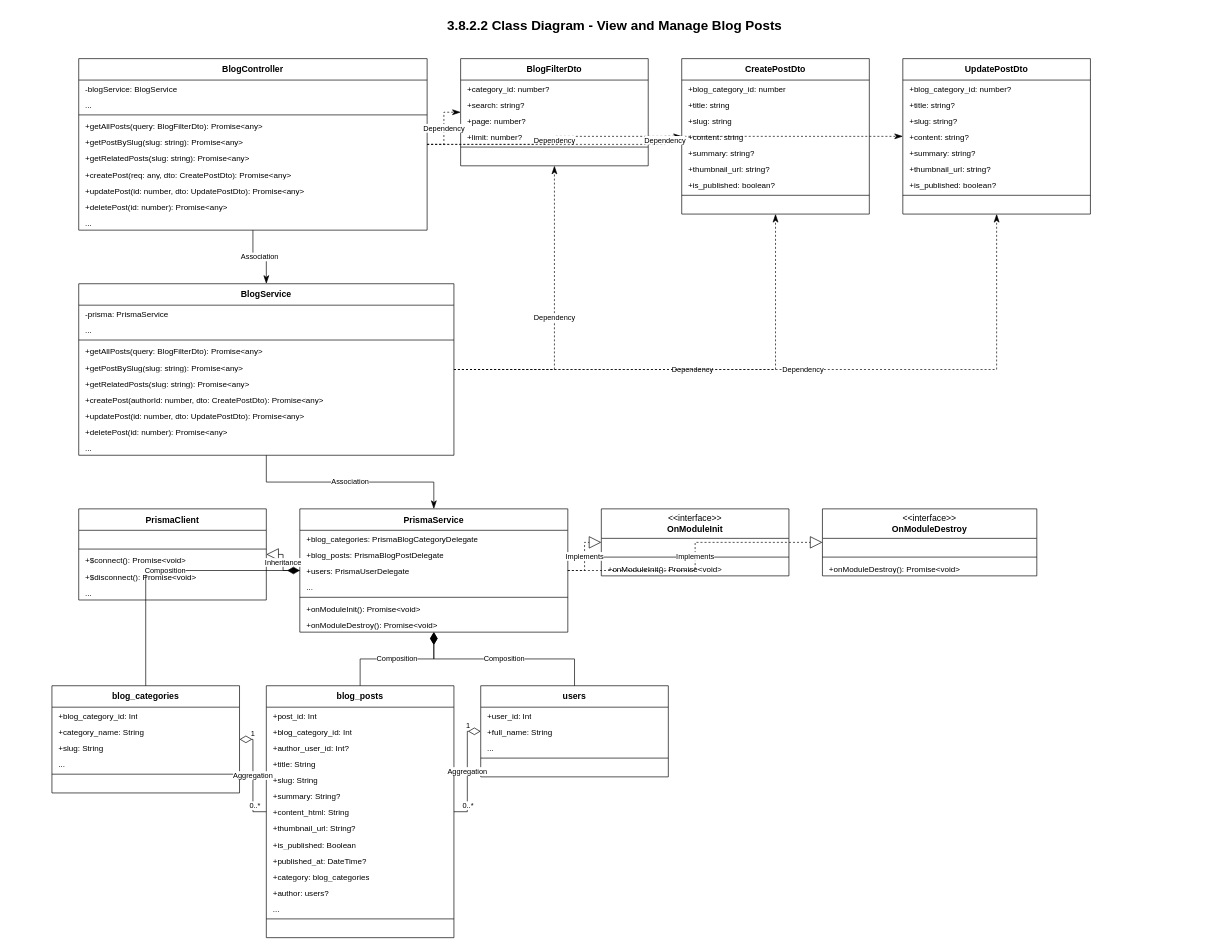
This is page "View & Manage Blog Posts" (3 of 5) of blog_all_class_diagrams.drawio from CuongBC195/class-diagram-donation-blood, a draw.io file, before an edit. Source tidied: cells renumbered, new cells numbered last; positions are measured from the earlier drawing's top-left corner, leaving out a move shared by most shapes. Both pictures are drawn from the tidied source at 67%, with x=0, y=0 at pixel (11, 11).
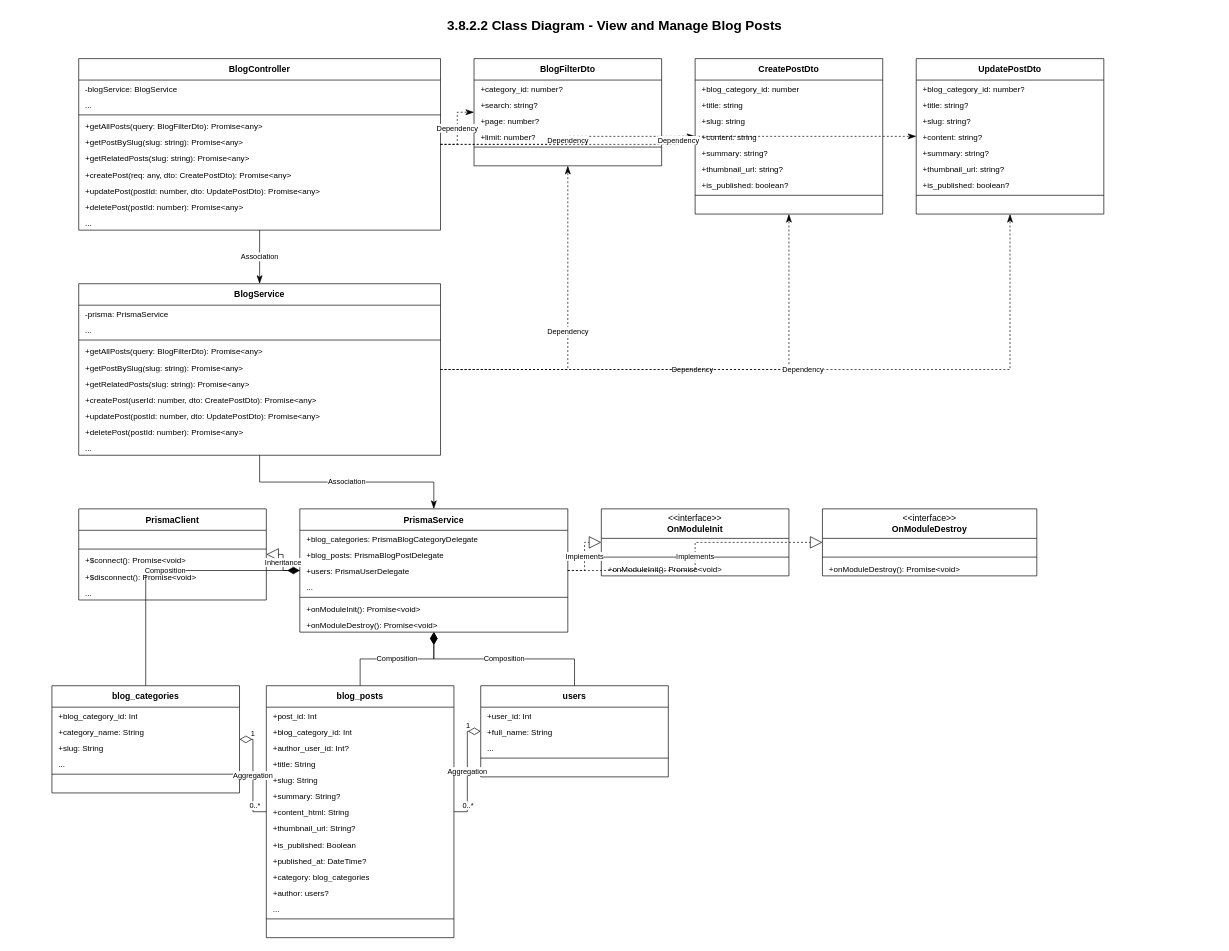
The same page after the edit.

What changed in the source:
```diff
@@
     <mxCell id="3" value="&lt;b&gt;BlogController&lt;/b&gt;" style="swimlane;fontStyle=0;horizontal=1;startSize=32;whiteSpace=wrap;html=1;fillColor=#ffffff;strokeColor=#000000;swimlaneFillColor=#ffffff;fontColor=#000000;fontFamily=Arial;fontSize=13;" parent="1" vertex="1">
-      <mxGeometry x="100" y="70" width="520" height="256" as="geometry" />
+      <mxGeometry x="100" y="70" width="540" height="256" as="geometry" />
     </mxCell>
     <mxCell id="4" value="-blogService: BlogService" style="text;strokeColor=none;fillColor=none;align=left;verticalAlign=top;spacingLeft=8;spacingRight=8;overflow=hidden;whiteSpace=wrap;html=1;fontFamily=Arial;fontSize=12;fontColor=#000000;" parent="3" vertex="1">
-      <mxGeometry y="32" width="520" height="24" as="geometry" />
+      <mxGeometry y="32" width="540" height="24" as="geometry" />
     </mxCell>
     <mxCell id="5" value="..." style="text;strokeColor=none;fillColor=none;align=left;verticalAlign=top;spacingLeft=8;spacingRight=8;overflow=hidden;whiteSpace=wrap;html=1;fontFamily=Arial;fontSize=12;fontColor=#000000;" parent="3" vertex="1">
-      <mxGeometry y="56" width="520" height="24" as="geometry" />
+      <mxGeometry y="56" width="540" height="24" as="geometry" />
     </mxCell>
     <mxCell id="6" style="line;strokeWidth=1;fillColor=none;strokeColor=#000000;align=left;verticalAlign=middle;" parent="3" vertex="1">
-      <mxGeometry y="80" width="520" height="8" as="geometry" />
+      <mxGeometry y="80" width="540" height="8" as="geometry" />
     </mxCell>
     <mxCell id="7" value="+getAllPosts(query: BlogFilterDto): Promise&amp;lt;any&amp;gt;" style="text;strokeColor=none;fillColor=none;align=left;verticalAlign=top;spacingLeft=8;spacingRight=8;overflow=hidden;whiteSpace=wrap;html=1;fontFamily=Arial;fontSize=12;fontColor=#000000;" parent="3" vertex="1">
-      <mxGeometry y="88" width="520" height="24" as="geometry" />
+      <mxGeometry y="88" width="540" height="24" as="geometry" />
     </mxCell>
     <mxCell id="8" value="+getPostBySlug(slug: string): Promise&amp;lt;any&amp;gt;" style="text;strokeColor=none;fillColor=none;align=left;verticalAlign=top;spacingLeft=8;spacingRight=8;overflow=hidden;whiteSpace=wrap;html=1;fontFamily=Arial;fontSize=12;fontColor=#000000;" parent="3" vertex="1">
-      <mxGeometry y="112" width="520" height="24" as="geometry" />
+      <mxGeometry y="112" width="540" height="24" as="geometry" />
     </mxCell>
     <mxCell id="9" value="+getRelatedPosts(slug: string): Promise&amp;lt;any&amp;gt;" style="text;strokeColor=none;fillColor=none;align=left;verticalAlign=top;spacingLeft=8;spacingRight=8;overflow=hidden;whiteSpace=wrap;html=1;fontFamily=Arial;fontSize=12;fontColor=#000000;" parent="3" vertex="1">
-      <mxGeometry y="136" width="520" height="24" as="geometry" />
+      <mxGeometry y="136" width="540" height="24" as="geometry" />
     </mxCell>
     <mxCell id="10" value="+createPost(req: any, dto: CreatePostDto): Promise&amp;lt;any&amp;gt;" style="text;strokeColor=none;fillColor=none;align=left;verticalAlign=top;spacingLeft=8;spacingRight=8;overflow=hidden;whiteSpace=wrap;html=1;fontFamily=Arial;fontSize=12;fontColor=#000000;" parent="3" vertex="1">
-      <mxGeometry y="160" width="520" height="24" as="geometry" />
+      <mxGeometry y="160" width="540" height="24" as="geometry" />
     </mxCell>
-    <mxCell id="11" value="+updatePost(id: number, dto: UpdatePostDto): Promise&amp;lt;any&amp;gt;" style="text;strokeColor=none;fillColor=none;align=left;verticalAlign=top;spacingLeft=8;spacingRight=8;overflow=hidden;whiteSpace=wrap;html=1;fontFamily=Arial;fontSize=12;fontColor=#000000;" parent="3" vertex="1">
-      <mxGeometry y="184" width="520" height="24" as="geometry" />
+    <mxCell id="11" value="+updatePost(postId: number, dto: UpdatePostDto): Promise&amp;lt;any&amp;gt;" style="text;strokeColor=none;fillColor=none;align=left;verticalAlign=top;spacingLeft=8;spacingRight=8;overflow=hidden;whiteSpace=wrap;html=1;fontFamily=Arial;fontSize=12;fontColor=#000000;" parent="3" vertex="1">
+      <mxGeometry y="184" width="540" height="24" as="geometry" />
     </mxCell>
-    <mxCell id="12" value="+deletePost(id: number): Promise&amp;lt;any&amp;gt;" style="text;strokeColor=none;fillColor=none;align=left;verticalAlign=top;spacingLeft=8;spacingRight=8;overflow=hidden;whiteSpace=wrap;html=1;fontFamily=Arial;fontSize=12;fontColor=#000000;" parent="3" vertex="1">
-      <mxGeometry y="208" width="520" height="24" as="geometry" />
+    <mxCell id="12" value="+deletePost(postId: number): Promise&amp;lt;any&amp;gt;" style="text;strokeColor=none;fillColor=none;align=left;verticalAlign=top;spacingLeft=8;spacingRight=8;overflow=hidden;whiteSpace=wrap;html=1;fontFamily=Arial;fontSize=12;fontColor=#000000;" parent="3" vertex="1">
+      <mxGeometry y="208" width="540" height="24" as="geometry" />
     </mxCell>
     <mxCell id="13" value="..." style="text;strokeColor=none;fillColor=none;align=left;verticalAlign=top;spacingLeft=8;spacingRight=8;overflow=hidden;whiteSpace=wrap;html=1;fontFamily=Arial;fontSize=12;fontColor=#000000;" parent="3" vertex="1">
-      <mxGeometry y="232" width="520" height="24" as="geometry" />
+      <mxGeometry y="232" width="540" height="24" as="geometry" />
     </mxCell>
     <mxCell id="14" value="&lt;b&gt;BlogFilterDto&lt;/b&gt;" style="swimlane;fontStyle=0;horizontal=1;startSize=32;whiteSpace=wrap;html=1;fillColor=#ffffff;strokeColor=#000000;swimlaneFillColor=#ffffff;fontColor=#000000;fontFamily=Arial;fontSize=13;" parent="1" vertex="1">
-      <mxGeometry x="670" y="70" width="280" height="160" as="geometry" />
+      <mxGeometry x="690" y="70" width="280" height="160" as="geometry" />
     </mxCell>
@@
     <mxCell id="21" value="&lt;b&gt;CreatePostDto&lt;/b&gt;" style="swimlane;fontStyle=0;horizontal=1;startSize=32;whiteSpace=wrap;html=1;fillColor=#ffffff;strokeColor=#000000;swimlaneFillColor=#ffffff;fontColor=#000000;fontFamily=Arial;fontSize=13;" parent="1" vertex="1">
-      <mxGeometry x="1000" y="70" width="280" height="232" as="geometry" />
+      <mxGeometry x="1020" y="70" width="280" height="232" as="geometry" />
     </mxCell>
@@
     <mxCell id="31" value="&lt;b&gt;UpdatePostDto&lt;/b&gt;" style="swimlane;fontStyle=0;horizontal=1;startSize=32;whiteSpace=wrap;html=1;fillColor=#ffffff;strokeColor=#000000;swimlaneFillColor=#ffffff;fontColor=#000000;fontFamily=Arial;fontSize=13;" parent="1" vertex="1">
-      <mxGeometry x="1330" y="70" width="280" height="232" as="geometry" />
+      <mxGeometry x="1350" y="70" width="280" height="232" as="geometry" />
     </mxCell>
@@
     <mxCell id="41" value="&lt;b&gt;BlogService&lt;/b&gt;" style="swimlane;fontStyle=0;horizontal=1;startSize=32;whiteSpace=wrap;html=1;fillColor=#ffffff;strokeColor=#000000;swimlaneFillColor=#ffffff;fontColor=#000000;fontFamily=Arial;fontSize=13;" parent="1" vertex="1">
-      <mxGeometry x="100" y="406" width="560" height="256" as="geometry" />
+      <mxGeometry x="100" y="406" width="540" height="256" as="geometry" />
     </mxCell>
     <mxCell id="42" value="-prisma: PrismaService" style="text;strokeColor=none;fillColor=none;align=left;verticalAlign=top;spacingLeft=8;spacingRight=8;overflow=hidden;whiteSpace=wrap;html=1;fontFamily=Arial;fontSize=12;fontColor=#000000;" parent="41" vertex="1">
-      <mxGeometry y="32" width="560" height="24" as="geometry" />
+      <mxGeometry y="32" width="540" height="24" as="geometry" />
     </mxCell>
     <mxCell id="43" value="..." style="text;strokeColor=none;fillColor=none;align=left;verticalAlign=top;spacingLeft=8;spacingRight=8;overflow=hidden;whiteSpace=wrap;html=1;fontFamily=Arial;fontSize=12;fontColor=#000000;" parent="41" vertex="1">
-      <mxGeometry y="56" width="560" height="24" as="geometry" />
+      <mxGeometry y="56" width="540" height="24" as="geometry" />
     </mxCell>
     <mxCell id="44" style="line;strokeWidth=1;fillColor=none;strokeColor=#000000;align=left;verticalAlign=middle;" parent="41" vertex="1">
-      <mxGeometry y="80" width="560" height="8" as="geometry" />
+      <mxGeometry y="80" width="540" height="8" as="geometry" />
     </mxCell>
     <mxCell id="45" value="+getAllPosts(query: BlogFilterDto): Promise&amp;lt;any&amp;gt;" style="text;strokeColor=none;fillColor=none;align=left;verticalAlign=top;spacingLeft=8;spacingRight=8;overflow=hidden;whiteSpace=wrap;html=1;fontFamily=Arial;fontSize=12;fontColor=#000000;" parent="41" vertex="1">
-      <mxGeometry y="88" width="560" height="24" as="geometry" />
+      <mxGeometry y="88" width="540" height="24" as="geometry" />
     </mxCell>
     <mxCell id="46" value="+getPostBySlug(slug: string): Promise&amp;lt;any&amp;gt;" style="text;strokeColor=none;fillColor=none;align=left;verticalAlign=top;spacingLeft=8;spacingRight=8;overflow=hidden;whiteSpace=wrap;html=1;fontFamily=Arial;fontSize=12;fontColor=#000000;" parent="41" vertex="1">
-      <mxGeometry y="112" width="560" height="24" as="geometry" />
+      <mxGeometry y="112" width="540" height="24" as="geometry" />
     </mxCell>
     <mxCell id="47" value="+getRelatedPosts(slug: string): Promise&amp;lt;any&amp;gt;" style="text;strokeColor=none;fillColor=none;align=left;verticalAlign=top;spacingLeft=8;spacingRight=8;overflow=hidden;whiteSpace=wrap;html=1;fontFamily=Arial;fontSize=12;fontColor=#000000;" parent="41" vertex="1">
-      <mxGeometry y="136" width="560" height="24" as="geometry" />
+      <mxGeometry y="136" width="540" height="24" as="geometry" />
     </mxCell>
-    <mxCell id="48" value="+createPost(authorId: number, dto: CreatePostDto): Promise&amp;lt;any&amp;gt;" style="text;strokeColor=none;fillColor=none;align=left;verticalAlign=top;spacingLeft=8;spacingRight=8;overflow=hidden;whiteSpace=wrap;html=1;fontFamily=Arial;fontSize=12;fontColor=#000000;" parent="41" vertex="1">
-      <mxGeometry y="160" width="560" height="24" as="geometry" />
+    <mxCell id="48" value="+createPost(userId: number, dto: CreatePostDto): Promise&amp;lt;any&amp;gt;" style="text;strokeColor=none;fillColor=none;align=left;verticalAlign=top;spacingLeft=8;spacingRight=8;overflow=hidden;whiteSpace=wrap;html=1;fontFamily=Arial;fontSize=12;fontColor=#000000;" parent="41" vertex="1">
+      <mxGeometry y="160" width="540" height="24" as="geometry" />
     </mxCell>
-    <mxCell id="49" value="+updatePost(id: number, dto: UpdatePostDto): Promise&amp;lt;any&amp;gt;" style="text;strokeColor=none;fillColor=none;align=left;verticalAlign=top;spacingLeft=8;spacingRight=8;overflow=hidden;whiteSpace=wrap;html=1;fontFamily=Arial;fontSize=12;fontColor=#000000;" parent="41" vertex="1">
-      <mxGeometry y="184" width="560" height="24" as="geometry" />
+    <mxCell id="49" value="+updatePost(postId: number, dto: UpdatePostDto): Promise&amp;lt;any&amp;gt;" style="text;strokeColor=none;fillColor=none;align=left;verticalAlign=top;spacingLeft=8;spacingRight=8;overflow=hidden;whiteSpace=wrap;html=1;fontFamily=Arial;fontSize=12;fontColor=#000000;" parent="41" vertex="1">
+      <mxGeometry y="184" width="540" height="24" as="geometry" />
     </mxCell>
-    <mxCell id="50" value="+deletePost(id: number): Promise&amp;lt;any&amp;gt;" style="text;strokeColor=none;fillColor=none;align=left;verticalAlign=top;spacingLeft=8;spacingRight=8;overflow=hidden;whiteSpace=wrap;html=1;fontFamily=Arial;fontSize=12;fontColor=#000000;" parent="41" vertex="1">
-      <mxGeometry y="208" width="560" height="24" as="geometry" />
+    <mxCell id="50" value="+deletePost(postId: number): Promise&amp;lt;any&amp;gt;" style="text;strokeColor=none;fillColor=none;align=left;verticalAlign=top;spacingLeft=8;spacingRight=8;overflow=hidden;whiteSpace=wrap;html=1;fontFamily=Arial;fontSize=12;fontColor=#000000;" parent="41" vertex="1">
+      <mxGeometry y="208" width="540" height="24" as="geometry" />
     </mxCell>
     <mxCell id="51" value="..." style="text;strokeColor=none;fillColor=none;align=left;verticalAlign=top;spacingLeft=8;spacingRight=8;overflow=hidden;whiteSpace=wrap;html=1;fontFamily=Arial;fontSize=12;fontColor=#000000;" parent="41" vertex="1">
-      <mxGeometry y="232" width="560" height="24" as="geometry" />
+      <mxGeometry y="232" width="540" height="24" as="geometry" />
     </mxCell>
```
